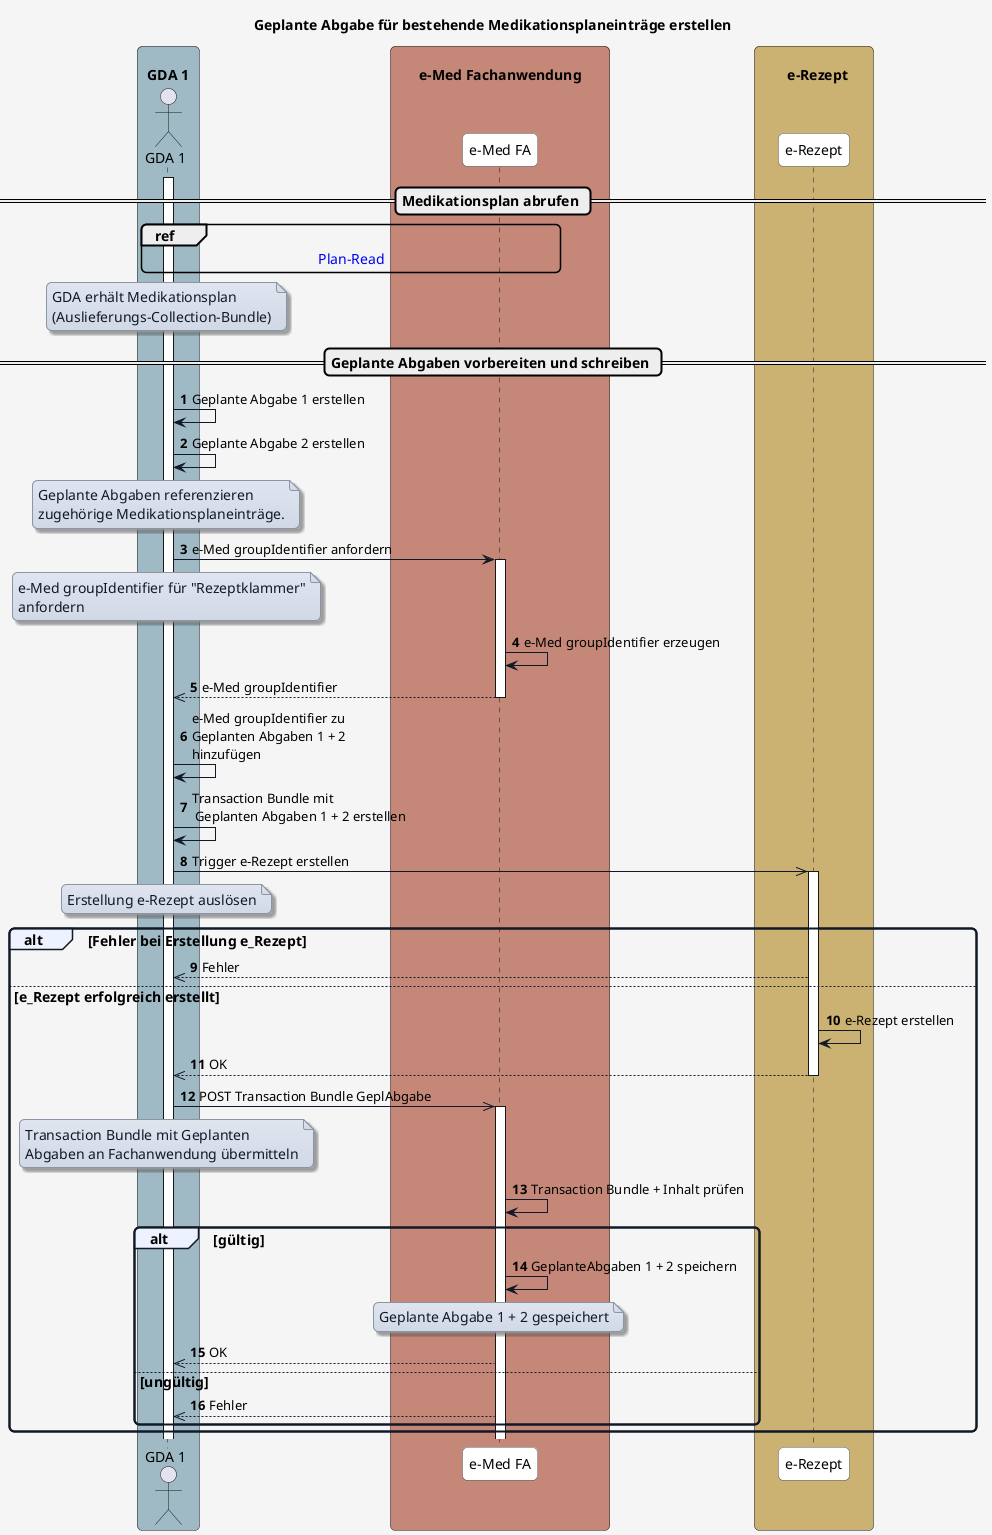
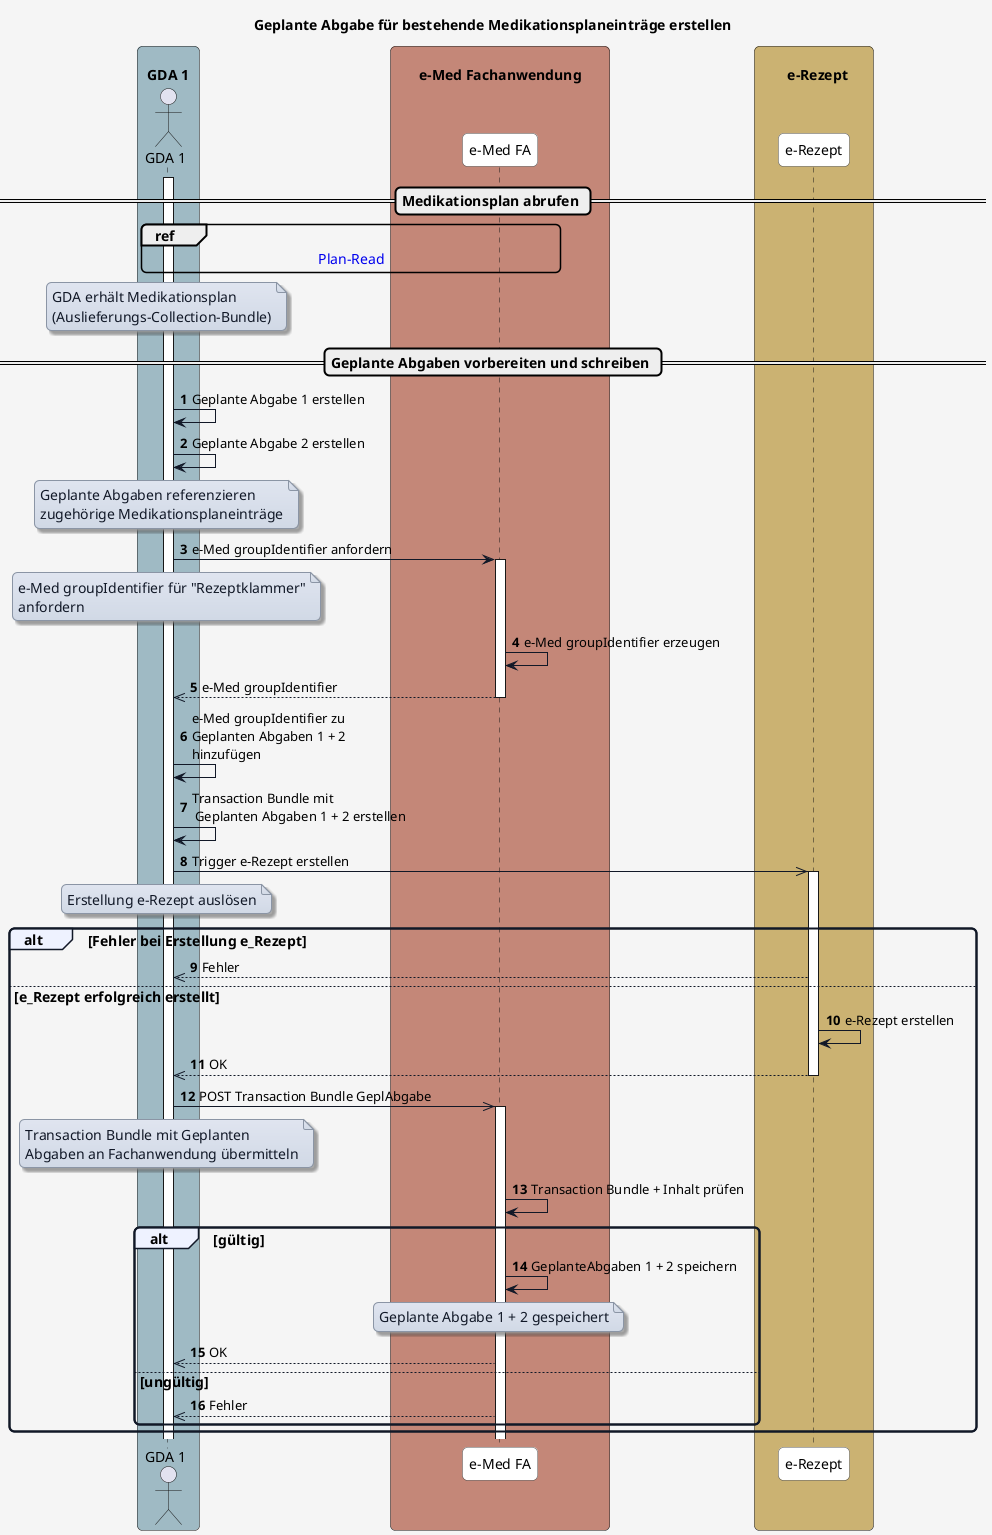
@startuml

title Geplante Abgabe für bestehende Medikationsplaneinträge erstellen

skinparam borderColor #000000
skinparam backgroundColor #f5f5f5
skinparam shadowing false
skinparam roundCorner 10
skinparam defaultFontName "Arial"
skinparam defaultFontSize 14
skinparam defaultFontColor #000000

skinparam note {
  BackgroundColor #e0e5f0-#d1d9e6
  BorderColor #8b95a5
  BorderThickness 1
  RoundCorner 8
  Padding 6
  FontColor #111827
  Shadowing true
}

skinparam HyperlinkColor #0000EE
skinparam HyperlinkUnderline false

skinparam sequence {
  ParticipantBorderColor #555555
  ParticipantBackgroundColor #ffffff
  ParticipantFontColor #000000
  ParticipantFontSize 14
  ParticipantPadding 20
  ArrowColor #111827
  ArrowThickness 1
  ArrowFontColor #000000
  ArrowFontSize 13
  GroupBorderColor #111827
  GroupBackgroundColor #eef2ff
  GroupBorderThickness 2
}

skinparam BoxPadding 20
skinparam BoxBorderColor #555555

box "\n  GDA 1  " #9fbac4
  actor GDA_1 as "GDA 1"
end box

box "\n       e-Med Fachanwendung       " #C48778
  participant eMed_FA as "e-Med FA"
end box

box "\n    e-Rezept  " #cbb272
  participant e_Rezept as "e-Rezept"
end box

autonumber

== Medikationsplan abrufen ==

activate GDA_1
ref over GDA_1, eMed_FA : [[interactions.html#sequenzdiagramm-plan-read Plan-Read]]


note over GDA_1
GDA erhält Medikationsplan
(Auslieferungs-Collection-Bundle)
end note

== Geplante Abgaben vorbereiten und schreiben ==

GDA_1 -> GDA_1: Geplante Abgabe 1 erstellen
GDA_1 -> GDA_1: Geplante Abgabe 2 erstellen
note over GDA_1
Geplante Abgaben referenzieren
- zugehörige Medikationsplaneinträge.
+ zugehörige Medikationsplaneinträge
end note

GDA_1 -> eMed_FA: e-Med groupIdentifier anfordern

note over GDA_1
e-Med groupIdentifier für "Rezeptklammer"
anfordern
end note

activate eMed_FA
eMed_FA -> eMed_FA: e-Med groupIdentifier erzeugen
eMed_FA -->> GDA_1: e-Med groupIdentifier
deactivate eMed_FA

GDA_1 -> GDA_1: e-Med groupIdentifier zu\nGeplanten Abgaben 1 + 2\nhinzufügen
GDA_1 -> GDA_1: Transaction Bundle mit\n Geplanten Abgaben 1 + 2 erstellen

GDA_1 ->> e_Rezept: Trigger e-Rezept erstellen
note over GDA_1
Erstellung e-Rezept auslösen
end note
activate e_Rezept

alt Fehler bei Erstellung e_Rezept

  e_Rezept -->> GDA_1: Fehler

else e_Rezept erfolgreich erstellt
  e_Rezept -> e_Rezept: e-Rezept erstellen
  e_Rezept -->> GDA_1: OK
  deactivate e_Rezept
  GDA_1 ->> eMed_FA: POST Transaction Bundle GeplAbgabe
  activate eMed_FA
  note over GDA_1
  Transaction Bundle mit Geplanten
  Abgaben an Fachanwendung übermitteln
  end note


eMed_FA -> eMed_FA: Transaction Bundle + Inhalt prüfen
alt gültig
  eMed_FA -> eMed_FA: GeplanteAbgaben 1 + 2 speichern

  note over eMed_FA
  Geplante Abgabe 1 + 2 gespeichert
  end note

  eMed_FA -->> GDA_1: OK
  else ungültig
    eMed_FA -->> GDA_1: Fehler
  end

end


@enduml